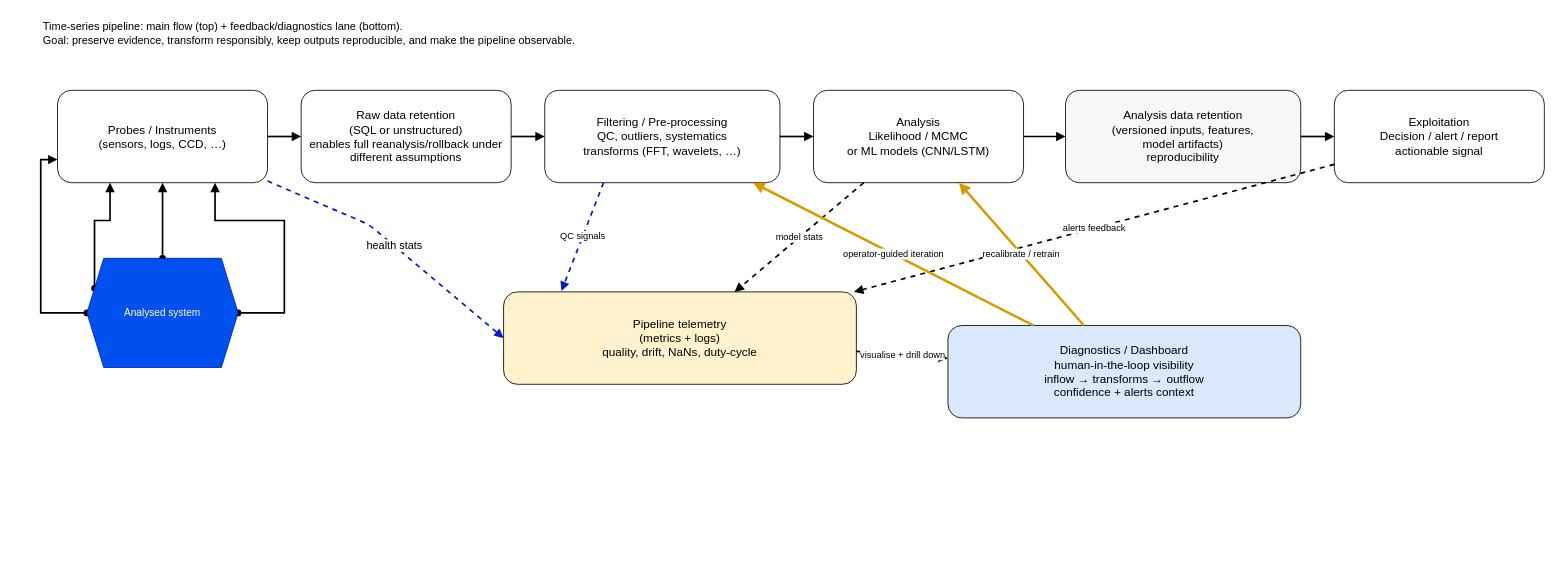
Before: Untitled Diagram.drawio in OthmanB/ressources, a draw.io diagram. Source tidied: cells renumbered, new cells numbered last; positions are measured from the earlier drawing's top-left corner, leaving out a move shared by most shapes. Both pictures are drawn from the tidied source at 84%, with x=0, y=0 at pixel (41, 14).
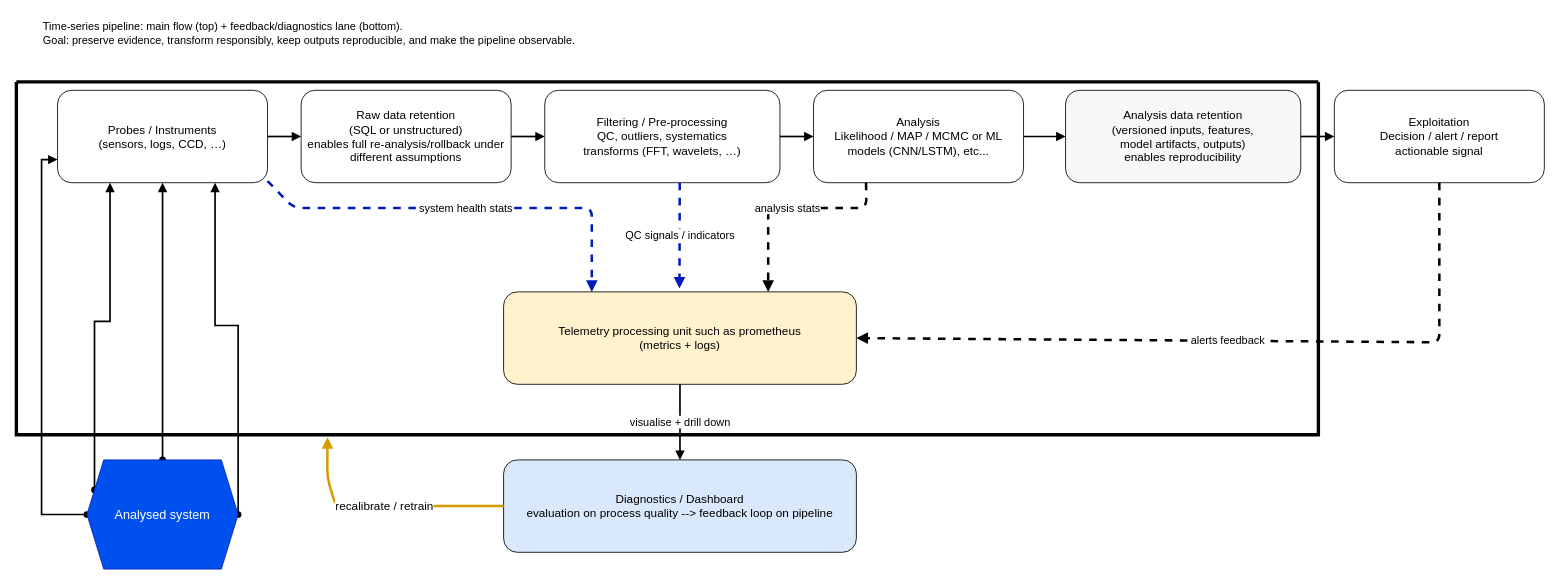
The same diagram, later.

Commit message:
More accurate graph

The change refers to these unchanged cells:
```xml
<mxCell id="6" value="Probes / Instruments&lt;br&gt;(sensors, logs, CCD, …)" style="rounded=1;whiteSpace=wrap;html=1;fillColor=#ffffff;strokeColor=#000000;fontSize=14;" parent="1" vertex="1">
  <mxGeometry x="19" y="90" width="250" height="110" as="geometry" />
</mxCell>
<mxCell id="8" value="Filtering / Pre-processing&#10;QC, outliers, systematics&#10;transforms (FFT, wavelets, …)" style="rounded=1;whiteSpace=wrap;html=1;fillColor=#ffffff;strokeColor=#000000;fontSize=14;" parent="1" vertex="1">
  <mxGeometry x="599" y="90" width="280" height="110" as="geometry" />
</mxCell>
<mxCell id="11" value="Exploitation&#10;Decision / alert / report&#10;actionable signal" style="rounded=1;whiteSpace=wrap;html=1;fillColor=#ffffff;strokeColor=#000000;fontSize=14;" parent="1" vertex="1">
  <mxGeometry x="1539" y="90" width="250" height="110" as="geometry" />
</mxCell>
```

The edit, as a diff of the source:
```diff
@@
     <mxCell id="4" style="edgeStyle=orthogonalEdgeStyle;rounded=0;jettySize=auto;html=1;exitX=0.75;exitY=1;exitDx=0;exitDy=0;entryX=1;entryY=0.5;entryDx=0;entryDy=0;startArrow=block;startFill=1;endArrow=oval;endFill=1;strokeWidth=2;" parent="1" edge="1" source="6" target="27">
-      <mxGeometry relative="1" as="geometry" />
+      <mxGeometry relative="1" as="geometry">
+        <Array as="points">
+          <mxPoint x="207" y="370" />
+          <mxPoint x="234" y="370" />
+        </Array>
+      </mxGeometry>
     </mxCell>
     <mxCell id="5" style="edgeStyle=orthogonalEdgeStyle;rounded=0;jettySize=auto;html=1;exitX=0;exitY=0.75;exitDx=0;exitDy=0;entryX=0;entryY=0.5;entryDx=0;entryDy=0;endArrow=oval;endFill=1;startArrow=block;startFill=1;strokeWidth=2;" parent="1" edge="1" source="6" target="27">
-      <mxGeometry relative="1" as="geometry" />
+      <mxGeometry relative="1" as="geometry">
+        <Array as="points">
+          <mxPoint y="173" />
+          <mxPoint y="595" />
+        </Array>
+      </mxGeometry>
     </mxCell>
@@
-    <mxCell id="7" value="Raw data retention&lt;br&gt;(SQL or unstructured)&lt;br&gt;&lt;font style=&quot;color: light-dark(rgb(0, 0, 0), rgb(255, 128, 0));&quot;&gt;enables full reanalysis/rollback under different assumptions&lt;/font&gt;" style="rounded=1;whiteSpace=wrap;html=1;fillColor=#ffffff;strokeColor=#000000;fontSize=14;" parent="1" vertex="1">
+    <mxCell id="7" value="Raw data retention&lt;br&gt;(SQL or unstructured)&lt;br&gt;&lt;font style=&quot;color: light-dark(rgb(0, 0, 0), rgb(255, 128, 0));&quot;&gt;enables full re-analysis/rollback under different assumptions&lt;/font&gt;" style="rounded=1;whiteSpace=wrap;html=1;fillColor=#ffffff;strokeColor=#000000;fontSize=14;" parent="1" vertex="1">
       <mxGeometry x="309" y="90" width="250" height="110" as="geometry" />
     </mxCell>
@@
-    <mxCell id="9" value="Analysis&#10;Likelihood / MCMC&#10;or ML models (CNN/LSTM)" style="rounded=1;whiteSpace=wrap;html=1;fillColor=#ffffff;strokeColor=#000000;fontSize=14;" parent="1" vertex="1">
+    <mxCell id="9" value="Analysis&lt;br&gt;Likelihood / MAP / MCMC or ML models (CNN/LSTM), etc..." style="rounded=1;whiteSpace=wrap;html=1;fillColor=#ffffff;strokeColor=#000000;fontSize=14;" parent="1" vertex="1">
       <mxGeometry x="919" y="90" width="250" height="110" as="geometry" />
     </mxCell>
-    <mxCell id="10" value="Analysis data retention&#10;(versioned inputs, features,&#10;model artifacts)&#10;reproducibility" style="rounded=1;whiteSpace=wrap;html=1;fillColor=#f7f7f7;strokeColor=#000000;fontSize=14;" parent="1" vertex="1">
+    <mxCell id="10" value="Analysis data retention&lt;br&gt;(versioned inputs, features,&lt;br&gt;model artifacts, outputs)&lt;br&gt;&lt;font style=&quot;color: light-dark(rgb(0, 0, 0), rgb(255, 128, 0));&quot;&gt;enables reproducibility&lt;/font&gt;" style="rounded=1;whiteSpace=wrap;html=1;fillColor=#f7f7f7;strokeColor=#000000;fontSize=14;" parent="1" vertex="1">
       <mxGeometry x="1219" y="90" width="280" height="110" as="geometry" />
     </mxCell>
@@
-    <mxCell id="17" value="Pipeline telemetry&#10;(metrics + logs)&#10;quality, drift, NaNs, duty-cycle" style="rounded=1;whiteSpace=wrap;html=1;fillColor=#fff2cc;strokeColor=#000000;fontSize=14;" parent="1" vertex="1">
+    <mxCell id="17" value="Telemetry processing unit such as prometheus&lt;br&gt;(metrics + logs)" style="rounded=1;whiteSpace=wrap;html=1;fillColor=#fff2cc;strokeColor=#000000;fontSize=14;" parent="1" vertex="1">
       <mxGeometry x="550" y="330" width="420" height="110" as="geometry" />
     </mxCell>
-    <mxCell id="18" value="Diagnostics / Dashboard&#10;human-in-the-loop visibility&#10;inflow → transforms → outflow&#10;confidence + alerts context" style="rounded=1;whiteSpace=wrap;html=1;fillColor=#dae8fc;strokeColor=#000000;fontSize=14;" parent="1" vertex="1">
-      <mxGeometry x="1079" y="370" width="420" height="110" as="geometry" />
+    <mxCell id="18" value="Diagnostics / Dashboard&lt;br&gt;evaluation on process quality --&amp;gt; feedback loop on pipeline" style="rounded=1;whiteSpace=wrap;html=1;fillColor=#dae8fc;strokeColor=#000000;fontSize=14;" parent="1" vertex="1">
+      <mxGeometry x="550" y="530" width="420" height="110" as="geometry" />
     </mxCell>
-    <mxCell id="19" value="&lt;font style=&quot;font-size: 13px; color: light-dark(rgb(0, 0, 0), rgb(0, 255, 128));&quot;&gt;health stats&lt;/font&gt;" style="dashed=1;endArrow=block;endFill=1;strokeWidth=2;html=1;entryX=0;entryY=0.5;entryDx=0;entryDy=0;fillColor=#0050ef;strokeColor=#001DBC;" parent="1" edge="1" target="17">
+    <mxCell id="19" value="&lt;font style=&quot;font-size: 13px; color: light-dark(rgb(0, 0, 0), rgb(0, 255, 128));&quot;&gt;system health stats&lt;/font&gt;" style="dashed=1;endArrow=block;endFill=1;strokeWidth=3;html=1;entryX=0.25;entryY=0;entryDx=0;entryDy=0;fillColor=#0050ef;strokeColor=#001DBC;" parent="1" edge="1" target="17">
       <mxGeometry relative="1" as="geometry">
         <mxPoint x="269" y="198" as="sourcePoint" />
         <Array as="points">
-          <mxPoint x="390" y="250" />
+          <mxPoint x="300" y="230" />
+          <mxPoint x="655" y="230" />
         </Array>
       </mxGeometry>
     </mxCell>
-    <mxCell id="20" value="QC signals" style="dashed=1;endArrow=block;endFill=1;strokeWidth=2;html=1;fillColor=#0050ef;strokeColor=#001DBC;entryX=0.164;entryY=-0.009;entryDx=0;entryDy=0;exitX=0.25;exitY=1;exitDx=0;exitDy=0;entryPerimeter=0;" parent="1" edge="1" source="8" target="17">
-      <mxGeometry relative="1" as="geometry" />
+    <mxCell id="20" value="&lt;font style=&quot;color: light-dark(rgb(0, 0, 0), rgb(0, 255, 128)); font-size: 13px;&quot;&gt;QC signals / indicators&lt;/font&gt;" style="dashed=1;endArrow=block;endFill=1;strokeWidth=3;html=1;fillColor=#0050ef;strokeColor=#001DBC;exitX=0.25;exitY=1;exitDx=0;exitDy=0;" parent="1" edge="1">
+      <mxGeometry x="-0.01" relative="1" as="geometry">
+        <mxPoint x="759.7" y="200" as="sourcePoint" />
+        <mxPoint x="759.4" y="326" as="targetPoint" />
+      </mxGeometry>
     </mxCell>
-    <mxCell id="21" value="model stats" style="dashed=1;endArrow=block;endFill=1;strokeWidth=2;html=1;" parent="1" edge="1" source="9" target="17">
-      <mxGeometry relative="1" as="geometry" />
+    <mxCell id="21" value="&lt;font style=&quot;color: light-dark(rgb(0, 0, 0), rgb(0, 255, 128)); font-size: 13px;&quot;&gt;analysis stats&lt;/font&gt;" style="dashed=1;endArrow=block;endFill=1;strokeWidth=3;html=1;exitX=0.25;exitY=1;exitDx=0;exitDy=0;entryX=0.75;entryY=0;entryDx=0;entryDy=0;" parent="1" edge="1" source="9" target="17">
+      <mxGeometry relative="1" as="geometry">
+        <Array as="points">
+          <mxPoint x="982" y="230" />
+          <mxPoint x="865" y="230" />
+        </Array>
+      </mxGeometry>
     </mxCell>
-    <mxCell id="22" value="alerts feedback" style="dashed=1;endArrow=block;endFill=1;strokeWidth=2;html=1;" parent="1" edge="1" source="11" target="17">
-      <mxGeometry relative="1" as="geometry" />
+    <mxCell id="22" value="&lt;font style=&quot;font-size: 13px; color: light-dark(rgb(0, 0, 0), rgb(0, 255, 128));&quot;&gt;alerts feedback&lt;/font&gt;" style="dashed=1;endArrow=block;endFill=1;strokeWidth=3;html=1;entryX=1;entryY=0.5;entryDx=0;entryDy=0;exitX=0.5;exitY=1;exitDx=0;exitDy=0;" parent="1" edge="1" source="11" target="17">
+      <mxGeometry relative="1" as="geometry">
+        <Array as="points">
+          <mxPoint x="1664" y="390" />
+        </Array>
+      </mxGeometry>
     </mxCell>
-    <mxCell id="23" value="visualise + drill down" style="endArrow=block;endFill=1;strokeWidth=2;html=1;" parent="1" edge="1" source="17" target="18">
+    <mxCell id="23" value="&lt;font style=&quot;font-size: 13px; color: light-dark(rgb(0, 0, 0), rgb(0, 255, 128));&quot;&gt;visualise + drill down&lt;/font&gt;" style="endArrow=block;endFill=1;strokeWidth=2;html=1;" parent="1" edge="1" source="17" target="18">
       <mxGeometry relative="1" as="geometry" />
     </mxCell>
-    <mxCell id="24" value="operator-guided iteration" style="strokeColor=#d79b00;strokeWidth=3;endArrow=block;endFill=1;html=1;" parent="1" edge="1" source="18" target="8">
-      <mxGeometry relative="1" as="geometry" />
-    </mxCell>
-    <mxCell id="25" value="recalibrate / retrain" style="strokeColor=#d79b00;strokeWidth=3;endArrow=block;endFill=1;html=1;" parent="1" edge="1" source="18" target="9">
-      <mxGeometry relative="1" as="geometry" />
+    <mxCell id="25" value="&lt;font style=&quot;color: light-dark(rgb(0, 0, 0), rgb(255, 51, 51)); font-size: 14px;&quot;&gt;recalibrate / retrain&lt;/font&gt;" style="strokeColor=light-dark(#D79B00,#CC0000);strokeWidth=3;endArrow=block;endFill=1;html=1;entryX=0.239;entryY=1.007;entryDx=0;entryDy=0;entryPerimeter=0;" parent="1" edge="1" target="28">
+      <mxGeometry relative="1" as="geometry">
+        <mxPoint x="550" y="585" as="sourcePoint" />
+        <Array as="points">
+          <mxPoint x="350" y="585" />
+          <mxPoint x="340" y="550" />
+        </Array>
+      </mxGeometry>
     </mxCell>
@@
-    <mxCell id="27" value="Analysed system" style="shape=hexagon;perimeter=hexagonPerimeter2;whiteSpace=wrap;html=1;fixedSize=1;fillColor=#0050ef;fontColor=#ffffff;strokeColor=#001DBC;" parent="1" vertex="1">
-      <mxGeometry x="54" y="290" width="180" height="130" as="geometry" />
+    <mxCell id="27" value="&lt;font style=&quot;font-size: 15px;&quot;&gt;Analysed system&lt;/font&gt;" style="shape=hexagon;perimeter=hexagonPerimeter2;whiteSpace=wrap;html=1;fixedSize=1;fillColor=#0050ef;fontColor=#ffffff;strokeColor=#001DBC;" parent="1" vertex="1">
+      <mxGeometry x="54" y="530" width="180" height="130" as="geometry" />
     </mxCell>
+    <mxCell id="28" style="swimlane;startSize=0;strokeWidth=4;strokeColor=light-dark(#000000,#6666FF);" parent="1" vertex="1">
+      <mxGeometry x="-30" y="80" width="1550" height="420" as="geometry" />
+    </mxCell>
```
